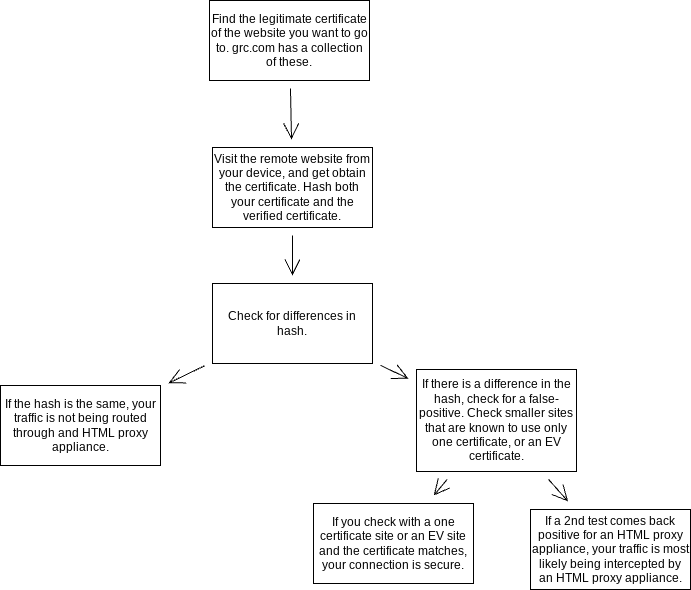
onikh/ISPData keeps this draw.io diagram as diagram.png. Above is the earlier version. Source tidied: cells renumbered, new cells last; positions are measured from the earlier drawing's top-left corner, leaving out a move shared by most shapes.
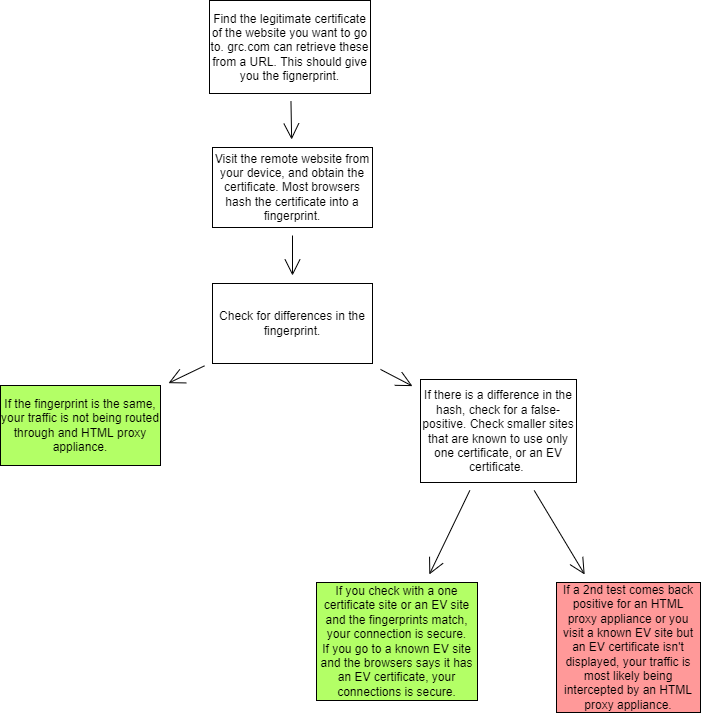
The same file after the commit.

Diff of the diagram source:
```diff
@@ -5,13 +5,13 @@
     <mxCell id="2" style="edgeStyle=none;curved=1;rounded=0;jettySize=auto;html=1;endArrow=open;startSize=14;endSize=14;sourcePerimeterSpacing=8;targetPerimeterSpacing=8;" parent="1" edge="1" source="3" target="5">
       <mxGeometry relative="1" as="geometry" />
     </mxCell>
-    <mxCell id="3" value="Find the legitimate certificate of the website you want to go to. grc.com has a collection of these." style="rounded=0;whiteSpace=wrap;html=1;hachureGap=4;" parent="1" vertex="1">
-      <mxGeometry x="209" width="160" height="80" as="geometry" />
+    <mxCell id="3" value="Find the legitimate certificate of the website you want to go to. grc.com can retrieve these from a URL. This should give you the fignerprint." style="rounded=0;whiteSpace=wrap;html=1;hachureGap=4;" parent="1" vertex="1">
+      <mxGeometry x="209" width="161" height="93" as="geometry" />
     </mxCell>
     <mxCell id="4" style="edgeStyle=none;curved=1;rounded=0;jettySize=auto;html=1;endArrow=open;startSize=14;endSize=14;sourcePerimeterSpacing=8;targetPerimeterSpacing=8;" parent="1" edge="1" source="5" target="8">
       <mxGeometry relative="1" as="geometry" />
     </mxCell>
-    <mxCell id="5" value="Visit the remote website from your device, and get obtain the certificate. Hash both your certificate and the verified certificate." style="rounded=0;whiteSpace=wrap;html=1;hachureGap=4;" parent="1" vertex="1">
+    <mxCell id="5" value="Visit the remote website from your device, and obtain the certificate. Most browsers hash the certificate into a fingerprint." style="rounded=0;whiteSpace=wrap;html=1;hachureGap=4;" parent="1" vertex="1">
       <mxGeometry x="212" y="147" width="160" height="80" as="geometry" />
     </mxCell>
     <mxCell id="6" style="edgeStyle=none;curved=1;rounded=0;jettySize=auto;html=1;endArrow=open;startSize=14;endSize=14;sourcePerimeterSpacing=8;targetPerimeterSpacing=8;" parent="1" edge="1" source="8" target="9">
@@ -20,10 +20,10 @@
     <mxCell id="7" style="edgeStyle=none;curved=1;rounded=0;jettySize=auto;html=1;endArrow=open;startSize=14;endSize=14;sourcePerimeterSpacing=8;targetPerimeterSpacing=8;" parent="1" edge="1" source="8" target="12">
       <mxGeometry relative="1" as="geometry" />
     </mxCell>
-    <mxCell id="8" value="Check for differences in hash." style="rounded=0;whiteSpace=wrap;html=1;hachureGap=4;" parent="1" vertex="1">
+    <mxCell id="8" value="Check for differences in the fingerprint." style="rounded=0;whiteSpace=wrap;html=1;hachureGap=4;" parent="1" vertex="1">
       <mxGeometry x="212" y="283" width="160" height="80" as="geometry" />
     </mxCell>
-    <mxCell id="9" value="If the hash is the same, your traffic is not being routed through and HTML proxy appliance." style="rounded=0;whiteSpace=wrap;html=1;hachureGap=4;" parent="1" vertex="1">
+    <mxCell id="9" value="If the fingerprint is the same, your traffic is not being routed through and HTML proxy appliance." style="rounded=0;whiteSpace=wrap;html=1;hachureGap=4;fillColor=#B3FF66;" parent="1" vertex="1">
       <mxGeometry y="385" width="160" height="80" as="geometry" />
     </mxCell>
     <mxCell id="10" style="edgeStyle=none;curved=1;rounded=0;jettySize=auto;html=1;endArrow=open;startSize=14;endSize=14;sourcePerimeterSpacing=8;targetPerimeterSpacing=8;" parent="1" edge="1" source="12" target="13">
@@ -32,14 +32,14 @@
     <mxCell id="11" style="edgeStyle=none;curved=1;rounded=0;jettySize=auto;html=1;endArrow=open;startSize=14;endSize=14;sourcePerimeterSpacing=8;targetPerimeterSpacing=8;" parent="1" edge="1" source="12" target="14">
       <mxGeometry relative="1" as="geometry" />
     </mxCell>
-    <mxCell id="12" value="If there is a difference in the hash, check for a false-positive. Check smaller sites that are known to use only one certificate, or an EV certificate." style="rounded=0;whiteSpace=wrap;html=1;hachureGap=4;" parent="1" vertex="1">
-      <mxGeometry x="416" y="369" width="160" height="102" as="geometry" />
+    <mxCell id="12" value="If there is a difference in the hash, check for a false-positive. Check smaller sites that are known to use only one certificate, or an EV certificate.&amp;nbsp;" style="rounded=0;whiteSpace=wrap;html=1;hachureGap=4;" parent="1" vertex="1">
+      <mxGeometry x="420" y="379" width="156" height="103" as="geometry" />
     </mxCell>
-    <mxCell id="13" value="If you check with a one certificate site or an EV site and the certificate matches, your connection is secure." style="rounded=0;whiteSpace=wrap;html=1;hachureGap=4;" parent="1" vertex="1">
-      <mxGeometry x="313" y="503" width="160" height="80" as="geometry" />
+    <mxCell id="13" value="If you check with a one certificate site or an EV site and the fingerprints match, your connection is secure.&lt;br&gt;If you go to a known EV site and the browsers says it has an EV certificate, your connections is secure." style="rounded=0;whiteSpace=wrap;html=1;hachureGap=4;fillColor=#B3FF66;" parent="1" vertex="1">
+      <mxGeometry x="316" y="582" width="161" height="118" as="geometry" />
     </mxCell>
-    <mxCell id="14" value="If a 2nd test comes back positive for an HTML proxy appliance, your traffic is most likely being intercepted by an HTML proxy appliance." style="rounded=0;whiteSpace=wrap;html=1;hachureGap=4;" parent="1" vertex="1">
-      <mxGeometry x="530" y="509" width="160" height="80" as="geometry" />
+    <mxCell id="14" value="If a 2nd test comes back positive for an HTML proxy appliance or you visit a known EV site but an EV certificate isn't displayed, your traffic is most likely being intercepted by an HTML proxy appliance." style="rounded=0;whiteSpace=wrap;html=1;hachureGap=4;fillColor=#FF9999;" parent="1" vertex="1">
+      <mxGeometry x="556" y="582" width="144" height="130" as="geometry" />
     </mxCell>
   </root>
 </mxGraphModel>
```
